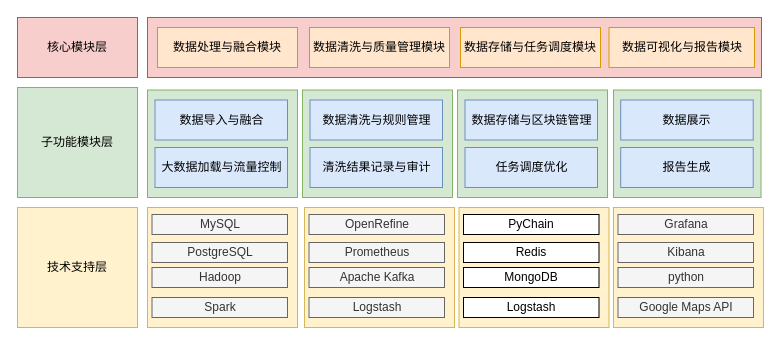
Earlier version of the draw.io diagram 无人机集群多场景管理模块”的技术框架图.drawio (jiaojb/py-crawler). Source tidied: cells renumbered, new cells numbered last; positions are measured from the earlier drawing's top-left corner, leaving out a move shared by most shapes. Both pictures are drawn from the tidied source at 100%, with x=0, y=0 at pixel (17, 17).
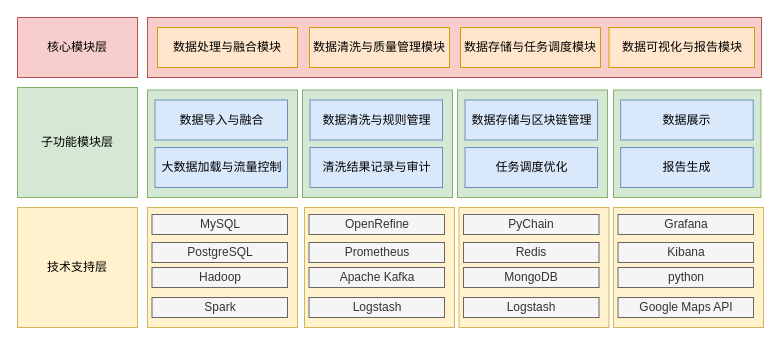
Above is the later version.

Commit message (it also covers changes not shown here):
更新无人机集群多场景管理模块”的技术框架图.drawio

Change to the diagram source:
```diff
@@
-    <mxCell id="33" value="PyChain" style="rounded=0;whiteSpace=wrap;html=1;" parent="1" vertex="1">
+    <mxCell id="33" value="PyChain" style="rounded=0;whiteSpace=wrap;html=1;fillColor=#f5f5f5;fontColor=#333333;strokeColor=#666666;" parent="1" vertex="1">
       <mxGeometry x="446" y="197" width="135.5" height="20" as="geometry" />
     </mxCell>
-    <mxCell id="34" value="Redis" style="rounded=0;whiteSpace=wrap;html=1;" parent="1" vertex="1">
+    <mxCell id="34" value="Redis" style="rounded=0;whiteSpace=wrap;html=1;fillColor=#f5f5f5;fontColor=#333333;strokeColor=#666666;" parent="1" vertex="1">
       <mxGeometry x="446" y="225" width="135.5" height="20" as="geometry" />
     </mxCell>
-    <mxCell id="35" value="MongoDB" style="rounded=0;whiteSpace=wrap;html=1;" parent="1" vertex="1">
+    <mxCell id="35" value="MongoDB" style="rounded=0;whiteSpace=wrap;html=1;fillColor=#f5f5f5;fontColor=#333333;strokeColor=#666666;" parent="1" vertex="1">
       <mxGeometry x="446" y="250" width="135.5" height="20" as="geometry" />
     </mxCell>
-    <mxCell id="36" value="Logstash" style="rounded=0;whiteSpace=wrap;html=1;" parent="1" vertex="1">
+    <mxCell id="36" value="Logstash" style="rounded=0;whiteSpace=wrap;html=1;fillColor=#f5f5f5;fontColor=#333333;strokeColor=#666666;" parent="1" vertex="1">
       <mxGeometry x="446" y="280" width="135.5" height="20" as="geometry" />
     </mxCell>
```
